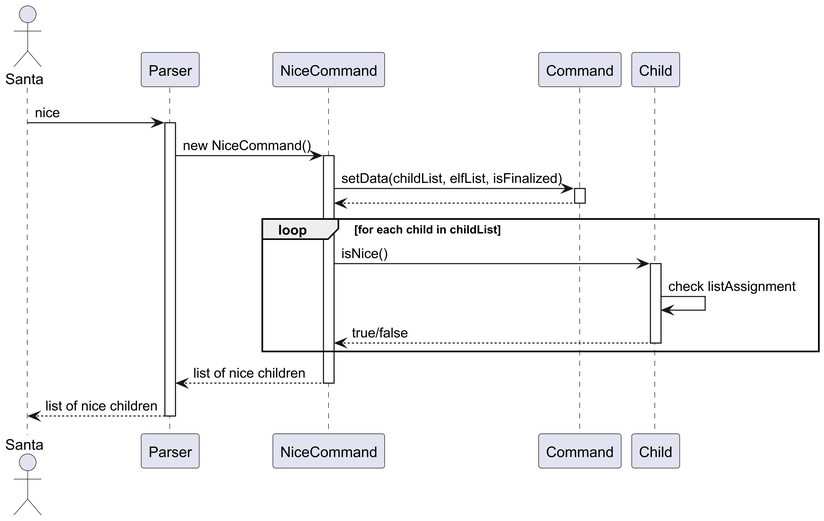
This is docs/diagrams/NiceNaughtySequenceDiagram.png from shrabasti-c/tp, a PlantUML export, as it was before one commit. The source it was exported from:
```plantuml
@startuml
skinparam dpi 600
Actor Santa
Santa -> Parser : nice
activate Parser

Parser -> NiceCommand : new NiceCommand()
activate NiceCommand

NiceCommand -> Command : setData(childList, elfList, isFinalized)
activate Command
Command --> NiceCommand
deactivate Command

loop for each child in childList
    NiceCommand -> Child : isNice()
    activate Child
    Child -> Child : check listAssignment
    Child --> NiceCommand : true/false
    deactivate Child
end

NiceCommand --> Parser : list of nice children
deactivate NiceCommand

Parser --> Santa : list of nice children
deactivate Parser
@enduml
```
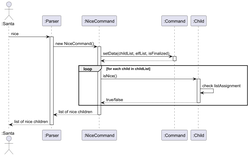
After the change.

What changed in the source:
```diff
@@ -1,6 +1,12 @@
 @startuml
 skinparam dpi 600
-Actor Santa
+
+actor ":Santa" as Santa
+participant ":Parser" as Parser
+participant ":NiceCommand" as NiceCommand
+participant ":Command" as Command
+participant ":Child" as Child
+
 Santa -> Parser : nice
 activate Parser
 
```
